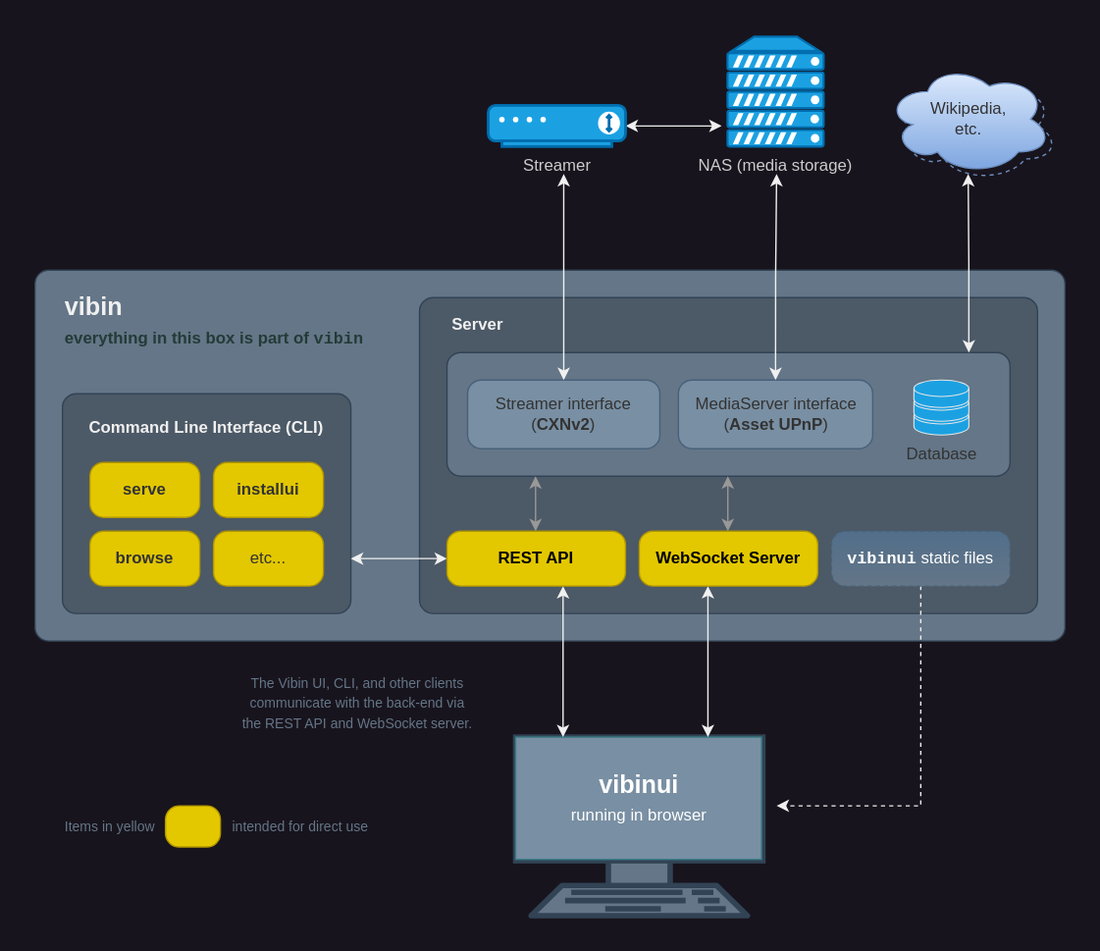
Above: media/vibin_overview.svg in mjoblin/vibin (draw.io), before the change. Source tidied: cells renumbered, new cells last; positions are measured from the earlier drawing's top-left corner, leaving out a move shared by most shapes.
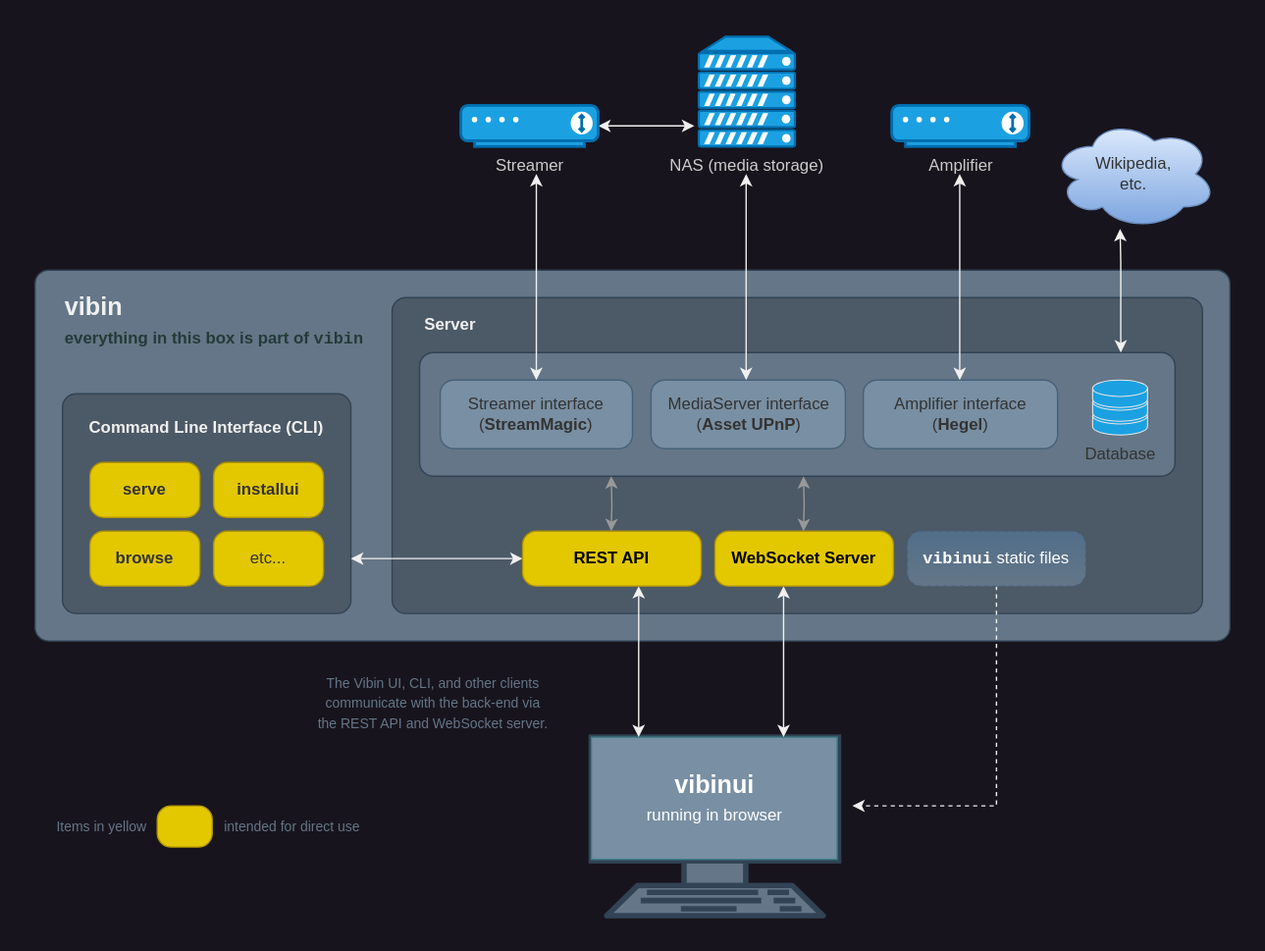
The same diagram one commit later.

Diff of the diagram source:
```diff
@@ -3,31 +3,28 @@
     <mxCell id="0" />
     <mxCell id="1" parent="0" />
     <mxCell id="2" style="verticalAlign=top;verticalLabelPosition=bottom;labelPosition=center;align=center;html=1;fillColor=#647687;strokeColor=#314354;gradientDirection=north;strokeWidth=2;shape=mxgraph.networks.terminal;fontColor=#ffffff;" parent="1" vertex="1">
-      <mxGeometry x="350" y="510" width="180" height="130" as="geometry" />
+      <mxGeometry x="425" y="510" width="180" height="130" as="geometry" />
     </mxCell>
     <mxCell id="3" style="rounded=0;whiteSpace=wrap;html=1;fillColor=#798FA3;fontColor=#ffffff;strokeColor=#3A7E87;" parent="1" vertex="1">
-      <mxGeometry x="350" y="510" width="179" height="89" as="geometry" />
+      <mxGeometry x="425" y="510" width="179" height="89" as="geometry" />
     </mxCell>
-    <mxCell id="4" style="ellipse;shape=cloud;whiteSpace=wrap;html=1;fillColor=none;strokeColor=#6c8ebf;gradientColor=#7ea6e0;dashed=1;" parent="1" vertex="1">
-      <mxGeometry x="625" y="25" width="120" height="80" as="geometry" />
-    </mxCell>
     <mxCell id="5" style="rounded=1;whiteSpace=wrap;html=1;absoluteArcSize=1;fillColor=#647687;strokeColor=#314354;fontColor=#ffffff;" parent="1" vertex="1">
-      <mxGeometry y="170" width="750" height="270" as="geometry" />
+      <mxGeometry x="20" y="170" width="870" height="270" as="geometry" />
     </mxCell>
     <mxCell id="6" style="rounded=1;whiteSpace=wrap;html=1;absoluteArcSize=1;fillColor=#4C5966;fontColor=#ffffff;strokeColor=#314354;" parent="1" vertex="1">
-      <mxGeometry x="280" y="190" width="450" height="230" as="geometry" />
+      <mxGeometry x="280" y="190" width="590" height="230" as="geometry" />
     </mxCell>
     <mxCell id="7" style="rounded=1;whiteSpace=wrap;html=1;absoluteArcSize=1;fillColor=#647687;strokeColor=#314354;fontColor=#ffffff;" parent="1" vertex="1">
-      <mxGeometry x="300" y="230" width="410" height="90" as="geometry" />
+      <mxGeometry x="300" y="230" width="550" height="90" as="geometry" />
     </mxCell>
     <mxCell id="8" value="&lt;b&gt;Server&lt;/b&gt;" style="text;html=1;strokeColor=none;fillColor=none;align=center;verticalAlign=middle;whiteSpace=wrap;rounded=0;" parent="1" vertex="1">
       <mxGeometry x="295" y="200" width="55" height="20" as="geometry" />
     </mxCell>
     <mxCell id="9" value="&lt;font style=&quot;font-size: 18px;&quot;&gt;vibin&lt;/font&gt;" style="text;html=1;strokeColor=none;fillColor=none;align=left;verticalAlign=top;whiteSpace=wrap;rounded=0;fontStyle=1;" parent="1" vertex="1">
-      <mxGeometry x="20" y="180" width="210" height="30" as="geometry" />
+      <mxGeometry x="40" y="180" width="210" height="30" as="geometry" />
     </mxCell>
     <mxCell id="10" value="&lt;font color=&quot;#cccccc&quot;&gt;NAS (media storage)&lt;/font&gt;" style="fontColor=#ffffff;verticalAlign=top;verticalLabelPosition=bottom;labelPosition=center;align=center;html=1;fillColor=#1ba1e2;strokeColor=#006EAF;gradientDirection=north;strokeWidth=2;shape=mxgraph.networks.server;" parent="1" vertex="1">
-      <mxGeometry x="504.2" width="70" height="80" as="geometry" />
+      <mxGeometry x="503.2" width="70" height="80" as="geometry" />
     </mxCell>
     <mxCell id="11" style="edgeStyle=orthogonalEdgeStyle;rounded=0;jettySize=auto;html=1;startArrow=classic;startFill=1;" parent="1" edge="1" source="12">
       <mxGeometry relative="1" as="geometry">
@@ -38,18 +35,18 @@
       <mxGeometry x="330" y="50" width="100" height="30" as="geometry" />
     </mxCell>
     <mxCell id="13" value="&lt;font style=&quot;font-size: 10px;&quot;&gt;The Vibin UI, CLI, and other clients communicate with the back-end via the REST API and WebSocket server.&lt;/font&gt;" style="text;html=1;strokeColor=none;fillColor=none;align=center;verticalAlign=middle;whiteSpace=wrap;rounded=0;fontColor=#647687;" parent="1" vertex="1">
-      <mxGeometry x="150" y="460" width="170" height="50" as="geometry" />
+      <mxGeometry x="225" y="460" width="170" height="50" as="geometry" />
     </mxCell>
     <mxCell id="14" style="rounded=1;whiteSpace=wrap;html=1;absoluteArcSize=1;fillColor=#4C5966;fontColor=#ffffff;strokeColor=#314354;" parent="1" vertex="1">
-      <mxGeometry x="20" y="260" width="210" height="160" as="geometry" />
+      <mxGeometry x="40" y="260" width="210" height="160" as="geometry" />
     </mxCell>
     <mxCell id="15" value="&lt;b&gt;Command Line Interface (CLI)&lt;/b&gt;" style="text;html=1;strokeColor=none;fillColor=none;align=center;verticalAlign=middle;whiteSpace=wrap;rounded=0;" parent="1" vertex="1">
-      <mxGeometry x="25" y="270" width="200" height="30" as="geometry" />
+      <mxGeometry x="45" y="270" width="200" height="30" as="geometry" />
     </mxCell>
     <mxCell id="16" value="&lt;font color=&quot;#333333&quot;&gt;&lt;b&gt;serve&lt;/b&gt;&lt;/font&gt;" style="rounded=1;whiteSpace=wrap;html=1;absoluteArcSize=1;fillColor=#e3c800;strokeColor=#B09500;fontColor=#000000;" parent="1" vertex="1">
-      <mxGeometry x="40" y="310" width="80" height="40" as="geometry" />
+      <mxGeometry x="60" y="310" width="80" height="40" as="geometry" />
     </mxCell>
-    <mxCell id="17" value="&lt;font color=&quot;#333333&quot;&gt;Streamer interface&lt;br&gt;(&lt;b&gt;CXNv2&lt;/b&gt;)&lt;/font&gt;" style="rounded=1;whiteSpace=wrap;html=1;absoluteArcSize=1;fillColor=#798FA3;strokeColor=#48617A;fontColor=#ffffff;" parent="1" vertex="1">
+    <mxCell id="17" value="&lt;font color=&quot;#333333&quot;&gt;Streamer interface&lt;br&gt;(&lt;b&gt;StreamMagic&lt;/b&gt;)&lt;/font&gt;" style="rounded=1;whiteSpace=wrap;html=1;absoluteArcSize=1;fillColor=#798FA3;strokeColor=#48617A;fontColor=#ffffff;" parent="1" vertex="1">
       <mxGeometry x="315" y="250" width="140" height="50" as="geometry" />
     </mxCell>
     <mxCell id="18" value="&lt;font color=&quot;#333333&quot;&gt;MediaServer interface (&lt;b&gt;Asset UPnP&lt;/b&gt;)&lt;/font&gt;" style="rounded=1;whiteSpace=wrap;html=1;absoluteArcSize=1;fillColor=#798FA3;strokeColor=#48617A;fontColor=#000000;" parent="1" vertex="1">
@@ -61,93 +58,106 @@
       </mxGeometry>
     </mxCell>
     <mxCell id="20" value="&lt;font color=&quot;#333333&quot;&gt;Database&lt;/font&gt;" style="fontColor=#E6E6E6;verticalAlign=top;verticalLabelPosition=bottom;labelPosition=center;align=center;html=1;fillColor=#1BA1E2;strokeColor=#E6E6E6;gradientColor=none;gradientDirection=north;strokeWidth=2;shape=mxgraph.networks.storage;" parent="1" vertex="1">
-      <mxGeometry x="640" y="250" width="40" height="40" as="geometry" />
+      <mxGeometry x="790" y="250" width="40" height="40" as="geometry" />
     </mxCell>
     <mxCell id="21" style="edgeStyle=orthogonalEdgeStyle;rounded=0;orthogonalLoop=1;jettySize=auto;html=1;exitX=0.75;exitY=1;exitDx=0;exitDy=0;startArrow=classic;startFill=1;" parent="1" edge="1">
       <mxGeometry relative="1" as="geometry">
-        <mxPoint x="490" y="400" as="sourcePoint" />
-        <mxPoint x="490" y="510" as="targetPoint" />
+        <mxPoint x="565" y="400" as="sourcePoint" />
+        <mxPoint x="565" y="510" as="targetPoint" />
       </mxGeometry>
     </mxCell>
     <mxCell id="22" style="edgeStyle=orthogonalEdgeStyle;rounded=0;orthogonalLoop=1;jettySize=auto;html=1;exitX=0.5;exitY=0;exitDx=0;exitDy=0;startArrow=classic;startFill=1;strokeColor=#999999;" parent="1" edge="1">
       <mxGeometry relative="1" as="geometry">
-        <mxPoint x="504.5" y="360" as="sourcePoint" />
-        <mxPoint x="504.5" y="320" as="targetPoint" />
+        <mxPoint x="579.5" y="360" as="sourcePoint" />
+        <mxPoint x="579.5" y="320" as="targetPoint" />
       </mxGeometry>
     </mxCell>
-    <mxCell id="23" style="edgeStyle=orthogonalEdgeStyle;rounded=0;jettySize=auto;html=1;exitX=0.5;exitY=0;exitDx=0;exitDy=0;startArrow=classic;startFill=1;" parent="1" edge="1" source="18">
-      <mxGeometry relative="1" as="geometry">
-        <mxPoint x="540" y="100" as="targetPoint" />
-      </mxGeometry>
-    </mxCell>
     <mxCell id="24" value="&lt;font color=&quot;#333333&quot;&gt;Wikipedia,&lt;br&gt;etc.&lt;br&gt;&lt;/font&gt;" style="ellipse;shape=cloud;whiteSpace=wrap;html=1;fillColor=#dae8fc;strokeColor=#6c8ebf;gradientColor=#7ea6e0;" parent="1" vertex="1">
-      <mxGeometry x="620" y="20" width="120" height="80" as="geometry" />
+      <mxGeometry x="760" y="60" width="120" height="80" as="geometry" />
     </mxCell>
     <mxCell id="25" style="edgeStyle=orthogonalEdgeStyle;rounded=0;orthogonalLoop=1;jettySize=auto;html=1;startArrow=classic;startFill=1;" parent="1" edge="1">
       <mxGeometry relative="1" as="geometry">
-        <mxPoint x="680" y="230" as="sourcePoint" />
-        <mxPoint x="679.5" y="100" as="targetPoint" />
+        <mxPoint x="810.5" y="230" as="sourcePoint" />
+        <mxPoint x="810" y="140" as="targetPoint" />
         <Array as="points">
-          <mxPoint x="680" y="165" />
+          <mxPoint x="810.5" y="165" />
         </Array>
       </mxGeometry>
     </mxCell>
     <mxCell id="26" style="edgeStyle=orthogonalEdgeStyle;rounded=0;jettySize=auto;html=1;exitX=0.5;exitY=1;exitDx=0;exitDy=0;dashed=1;" parent="1" edge="1" source="27">
       <mxGeometry relative="1" as="geometry">
-        <mxPoint x="540" y="560" as="targetPoint" />
+        <mxPoint x="615" y="560" as="targetPoint" />
         <Array as="points">
-          <mxPoint x="645" y="560" />
-          <mxPoint x="540" y="560" />
+          <mxPoint x="720" y="560" />
+          <mxPoint x="615" y="560" />
         </Array>
       </mxGeometry>
     </mxCell>
     <mxCell id="27" value="&lt;font color=&quot;#ffffff&quot;&gt;&lt;b style=&quot;&quot;&gt;&lt;font face=&quot;Courier New&quot;&gt;vibinui&lt;/font&gt;&lt;/b&gt; static files&lt;/font&gt;" style="rounded=1;whiteSpace=wrap;html=1;absoluteArcSize=1;fillColor=#647687;strokeColor=#48617A;gradientColor=#516E8A;dashed=1;gradientDirection=north;" parent="1" vertex="1">
-      <mxGeometry x="580" y="360" width="130" height="40" as="geometry" />
+      <mxGeometry x="655" y="360" width="130" height="40" as="geometry" />
     </mxCell>
     <mxCell id="28" style="edgeStyle=orthogonalEdgeStyle;rounded=0;orthogonalLoop=1;jettySize=auto;html=1;exitX=0.75;exitY=1;exitDx=0;exitDy=0;startArrow=classic;startFill=1;" parent="1" edge="1">
       <mxGeometry relative="1" as="geometry">
-        <mxPoint x="384.5" y="400" as="sourcePoint" />
-        <mxPoint x="384.5" y="510" as="targetPoint" />
+        <mxPoint x="459.5" y="400" as="sourcePoint" />
+        <mxPoint x="459.5" y="510" as="targetPoint" />
       </mxGeometry>
     </mxCell>
     <mxCell id="29" style="edgeStyle=orthogonalEdgeStyle;rounded=0;orthogonalLoop=1;jettySize=auto;html=1;exitX=0.5;exitY=0;exitDx=0;exitDy=0;startArrow=classic;startFill=1;strokeColor=#999999;" parent="1" edge="1">
       <mxGeometry relative="1" as="geometry">
-        <mxPoint x="364.5" y="360" as="sourcePoint" />
-        <mxPoint x="364.5" y="320" as="targetPoint" />
+        <mxPoint x="439.5" y="360" as="sourcePoint" />
+        <mxPoint x="439.5" y="320" as="targetPoint" />
       </mxGeometry>
     </mxCell>
     <mxCell id="30" value="&lt;font color=&quot;#233b38&quot;&gt;everything in this box is part of &lt;font face=&quot;Courier New&quot;&gt;vibin&lt;/font&gt;&lt;/font&gt;" style="text;html=1;strokeColor=none;fillColor=none;align=left;verticalAlign=top;whiteSpace=wrap;rounded=0;fontStyle=1;" parent="1" vertex="1">
-      <mxGeometry x="20" y="206" width="220" height="30" as="geometry" />
+      <mxGeometry x="40" y="206" width="220" height="30" as="geometry" />
     </mxCell>
     <mxCell id="31" value="&lt;b&gt;WebSocket Server&lt;/b&gt;" style="rounded=1;whiteSpace=wrap;html=1;absoluteArcSize=1;fillColor=#e3c800;strokeColor=#B09500;fontColor=#000000;" parent="1" vertex="1">
-      <mxGeometry x="440" y="360" width="130" height="40" as="geometry" />
+      <mxGeometry x="515" y="360" width="130" height="40" as="geometry" />
     </mxCell>
     <mxCell id="32" style="edgeStyle=orthogonalEdgeStyle;rounded=0;jettySize=auto;html=1;exitX=1;exitY=0.75;exitDx=0;exitDy=0;entryX=0;entryY=0.5;entryDx=0;entryDy=0;startArrow=classic;startFill=1;" parent="1" edge="1" source="14" target="33">
       <mxGeometry relative="1" as="geometry" />
     </mxCell>
     <mxCell id="33" value="&lt;b&gt;REST API&lt;/b&gt;" style="rounded=1;whiteSpace=wrap;html=1;absoluteArcSize=1;fillColor=#e3c800;strokeColor=#B09500;fontColor=#000000;" parent="1" vertex="1">
-      <mxGeometry x="300" y="360" width="130" height="40" as="geometry" />
+      <mxGeometry x="375" y="360" width="130" height="40" as="geometry" />
     </mxCell>
     <mxCell id="34" value="&lt;font color=&quot;#333333&quot;&gt;&lt;b&gt;installui&lt;/b&gt;&lt;/font&gt;" style="rounded=1;whiteSpace=wrap;html=1;absoluteArcSize=1;fillColor=#e3c800;strokeColor=#B09500;fontColor=#000000;" parent="1" vertex="1">
-      <mxGeometry x="130" y="310" width="80" height="40" as="geometry" />
+      <mxGeometry x="150" y="310" width="80" height="40" as="geometry" />
     </mxCell>
     <mxCell id="35" value="&lt;font color=&quot;#333333&quot;&gt;&lt;b&gt;browse&lt;/b&gt;&lt;/font&gt;" style="rounded=1;whiteSpace=wrap;html=1;absoluteArcSize=1;fillColor=#e3c800;strokeColor=#B09500;fontColor=#000000;" parent="1" vertex="1">
-      <mxGeometry x="40" y="360" width="80" height="40" as="geometry" />
+      <mxGeometry x="60" y="360" width="80" height="40" as="geometry" />
     </mxCell>
     <mxCell id="36" value="&lt;font color=&quot;#333333&quot;&gt;etc...&lt;/font&gt;" style="rounded=1;whiteSpace=wrap;html=1;absoluteArcSize=1;fillColor=#e3c800;strokeColor=#B09500;fontColor=#000000;" parent="1" vertex="1">
-      <mxGeometry x="130" y="360" width="80" height="40" as="geometry" />
+      <mxGeometry x="150" y="360" width="80" height="40" as="geometry" />
     </mxCell>
     <mxCell id="37" value="&lt;font color=&quot;#ffffff&quot; style=&quot;&quot;&gt;&lt;span style=&quot;font-size: 18px;&quot;&gt;vibinui&lt;/span&gt;&lt;br&gt;&lt;font style=&quot;font-weight: normal; font-size: 12px;&quot;&gt;running in browser&lt;/font&gt;&lt;br&gt;&lt;/font&gt;" style="text;html=1;strokeColor=none;fillColor=none;align=center;verticalAlign=middle;whiteSpace=wrap;rounded=0;fontStyle=1;fontColor=#2A3138;fontSize=17;" parent="1" vertex="1">
-      <mxGeometry x="359.5" y="510" width="160" height="90.5" as="geometry" />
+      <mxGeometry x="434.5" y="510" width="160" height="90.5" as="geometry" />
     </mxCell>
     <mxCell id="38" value="&lt;font style=&quot;font-size: 10px;&quot;&gt;Items in yellow&lt;/font&gt;" style="text;html=1;strokeColor=none;fillColor=none;align=left;verticalAlign=middle;whiteSpace=wrap;rounded=0;fontColor=#647687;" parent="1" vertex="1">
-      <mxGeometry x="20" y="565" width="75" height="20" as="geometry" />
+      <mxGeometry x="34" y="565" width="75" height="20" as="geometry" />
     </mxCell>
     <mxCell id="39" value="&lt;font style=&quot;font-size: 10px;&quot;&gt;intended for direct use&lt;/font&gt;" style="text;html=1;strokeColor=none;fillColor=none;align=left;verticalAlign=middle;whiteSpace=wrap;rounded=0;fontColor=#647687;" parent="1" vertex="1">
-      <mxGeometry x="142" y="565" width="110" height="20" as="geometry" />
+      <mxGeometry x="156" y="565" width="110" height="20" as="geometry" />
     </mxCell>
     <mxCell id="40" style="rounded=1;whiteSpace=wrap;html=1;absoluteArcSize=1;fillColor=#e3c800;strokeColor=#B09500;fontColor=#000000;" parent="1" vertex="1">
-      <mxGeometry x="95" y="560" width="40" height="30" as="geometry" />
+      <mxGeometry x="109" y="560" width="40" height="30" as="geometry" />
     </mxCell>
+    <mxCell id="41" value="&lt;font color=&quot;#cccccc&quot;&gt;Amplifier&lt;/font&gt;" style="fontColor=#ffffff;verticalAlign=top;verticalLabelPosition=bottom;labelPosition=center;align=center;html=1;fillColor=#1ba1e2;strokeColor=#006EAF;gradientDirection=north;strokeWidth=2;shape=mxgraph.networks.modem;" parent="1" vertex="1">
+      <mxGeometry x="643.8" y="50" width="100" height="30" as="geometry" />
+    </mxCell>
+    <mxCell id="42" value="&lt;font color=&quot;#333333&quot;&gt;Amplifier interface (&lt;b&gt;Hegel&lt;/b&gt;)&lt;/font&gt;" style="rounded=1;whiteSpace=wrap;html=1;absoluteArcSize=1;fillColor=#798FA3;strokeColor=#48617A;fontColor=#000000;" parent="1" vertex="1">
+      <mxGeometry x="623" y="250" width="141.5" height="50" as="geometry" />
+    </mxCell>
+    <mxCell id="43" style="edgeStyle=orthogonalEdgeStyle;rounded=0;orthogonalLoop=1;jettySize=auto;html=1;exitX=0.5;exitY=0;exitDx=0;exitDy=0;startArrow=classic;startFill=1;" parent="1" edge="1">
+      <mxGeometry relative="1" as="geometry">
+        <mxPoint x="693.2" y="250" as="sourcePoint" />
+        <mxPoint x="693.2" y="100" as="targetPoint" />
+      </mxGeometry>
+    </mxCell>
+    <mxCell id="44" style="edgeStyle=orthogonalEdgeStyle;rounded=0;orthogonalLoop=1;jettySize=auto;html=1;exitX=0.5;exitY=0;exitDx=0;exitDy=0;startArrow=classic;startFill=1;" parent="1" edge="1">
+      <mxGeometry relative="1" as="geometry">
+        <mxPoint x="537.8" y="250" as="sourcePoint" />
+        <mxPoint x="537.8" y="100" as="targetPoint" />
+      </mxGeometry>
+    </mxCell>
   </root>
 </mxGraphModel>
```
